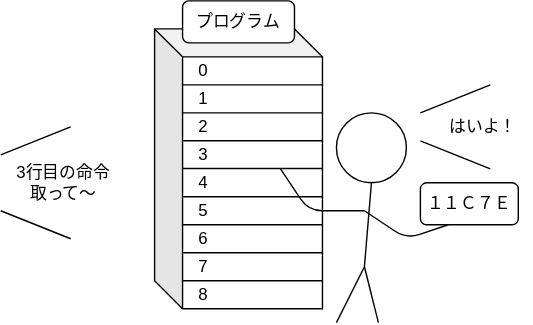
The draw.io diagram RelayComputer/img/program-memory.drawio.svg in Next-MICON/Next-MOCON.github.io, before a commit. Source tidied: cells renumbered, new cells last; positions are measured from the earlier drawing's top-left corner, leaving out a move shared by most shapes. Its diagram source:
```xml
<mxGraphModel>
  <root>
    <mxCell id="0" />
    <mxCell id="1" parent="0" />
    <mxCell id="2" style="shape=cube;whiteSpace=wrap;html=1;boundedLbl=1;backgroundOutline=1;darkOpacity=0.05;darkOpacity2=0.1;" parent="1" vertex="1">
      <mxGeometry x="110" y="20" width="120" height="200" as="geometry" />
    </mxCell>
    <mxCell id="3" style="endArrow=none;html=1;" parent="1" edge="1">
      <mxGeometry relative="1" as="geometry">
        <mxPoint x="130" y="60" as="sourcePoint" />
        <mxPoint x="230" y="60" as="targetPoint" />
      </mxGeometry>
    </mxCell>
    <mxCell id="4" style="endArrow=none;html=1;" parent="1" edge="1">
      <mxGeometry relative="1" as="geometry">
        <mxPoint x="130" y="80" as="sourcePoint" />
        <mxPoint x="230" y="80" as="targetPoint" />
      </mxGeometry>
    </mxCell>
    <mxCell id="5" style="endArrow=none;html=1;" parent="1" edge="1">
      <mxGeometry relative="1" as="geometry">
        <mxPoint x="130" y="100" as="sourcePoint" />
        <mxPoint x="230" y="100" as="targetPoint" />
      </mxGeometry>
    </mxCell>
    <mxCell id="6" style="endArrow=none;html=1;" parent="1" edge="1">
      <mxGeometry relative="1" as="geometry">
        <mxPoint x="130" y="119.8" as="sourcePoint" />
        <mxPoint x="230" y="119.8" as="targetPoint" />
      </mxGeometry>
    </mxCell>
    <mxCell id="7" style="endArrow=none;html=1;" parent="1" edge="1">
      <mxGeometry relative="1" as="geometry">
        <mxPoint x="130" y="140" as="sourcePoint" />
        <mxPoint x="230" y="140" as="targetPoint" />
      </mxGeometry>
    </mxCell>
    <mxCell id="8" style="endArrow=none;html=1;" parent="1" edge="1">
      <mxGeometry relative="1" as="geometry">
        <mxPoint x="130" y="160" as="sourcePoint" />
        <mxPoint x="230" y="160" as="targetPoint" />
      </mxGeometry>
    </mxCell>
    <mxCell id="9" style="endArrow=none;html=1;" parent="1" edge="1">
      <mxGeometry relative="1" as="geometry">
        <mxPoint x="130" y="180" as="sourcePoint" />
        <mxPoint x="230" y="180" as="targetPoint" />
      </mxGeometry>
    </mxCell>
    <mxCell id="10" style="endArrow=none;html=1;" parent="1" edge="1">
      <mxGeometry relative="1" as="geometry">
        <mxPoint x="130" y="200" as="sourcePoint" />
        <mxPoint x="230" y="200" as="targetPoint" />
      </mxGeometry>
    </mxCell>
    <mxCell id="11" style="ellipse;whiteSpace=wrap;html=1;" parent="1" vertex="1">
      <mxGeometry x="240" y="80" width="50" height="50" as="geometry" />
    </mxCell>
    <mxCell id="12" style="endArrow=none;html=1;entryX=0.5;entryY=1;entryDx=0;entryDy=0;" parent="1" edge="1" target="11">
      <mxGeometry relative="1" as="geometry">
        <mxPoint x="260" y="190" as="sourcePoint" />
      </mxGeometry>
    </mxCell>
    <mxCell id="13" style="endArrow=none;html=1;" parent="1" edge="1">
      <mxGeometry relative="1" as="geometry">
        <mxPoint x="240" y="230" as="sourcePoint" />
        <mxPoint x="260" y="190" as="targetPoint" />
      </mxGeometry>
    </mxCell>
    <mxCell id="14" style="endArrow=none;html=1;" parent="1" edge="1">
      <mxGeometry relative="1" as="geometry">
        <mxPoint x="270" y="230" as="sourcePoint" />
        <mxPoint x="260" y="190" as="targetPoint" />
      </mxGeometry>
    </mxCell>
    <mxCell id="15" style="endArrow=none;html=1;rounded=1;" parent="1" edge="1">
      <mxGeometry relative="1" as="geometry">
        <mxPoint x="260" y="150" as="sourcePoint" />
        <mxPoint x="200" y="120" as="targetPoint" />
        <Array as="points">
          <mxPoint x="220" y="150" />
        </Array>
      </mxGeometry>
    </mxCell>
    <mxCell id="16" style="endArrow=none;html=1;" parent="1" edge="1">
      <mxGeometry relative="1" as="geometry">
        <mxPoint x="260" y="150" as="sourcePoint" />
        <mxPoint x="320" y="160" as="targetPoint" />
        <Array as="points">
          <mxPoint x="290" y="170" />
        </Array>
      </mxGeometry>
    </mxCell>
    <mxCell id="17" value="１１Ｃ７Ｅ" style="rounded=1;whiteSpace=wrap;html=1;" parent="1" vertex="1">
      <mxGeometry x="300" y="130" width="70" height="30" as="geometry" />
    </mxCell>
    <mxCell id="18" value="0" style="text;html=1;strokeColor=none;fillColor=none;align=center;verticalAlign=middle;whiteSpace=wrap;rounded=0;" parent="1" vertex="1">
      <mxGeometry x="130" y="40" width="30" height="20" as="geometry" />
    </mxCell>
    <mxCell id="19" value="1" style="text;html=1;strokeColor=none;fillColor=none;align=center;verticalAlign=middle;whiteSpace=wrap;rounded=0;" parent="1" vertex="1">
      <mxGeometry x="130" y="60" width="30" height="20" as="geometry" />
    </mxCell>
    <mxCell id="20" value="2" style="text;html=1;strokeColor=none;fillColor=none;align=center;verticalAlign=middle;whiteSpace=wrap;rounded=0;" parent="1" vertex="1">
      <mxGeometry x="130" y="80" width="30" height="20" as="geometry" />
    </mxCell>
    <mxCell id="21" value="3" style="text;html=1;strokeColor=none;fillColor=none;align=center;verticalAlign=middle;whiteSpace=wrap;rounded=0;" parent="1" vertex="1">
      <mxGeometry x="130" y="100" width="30" height="20" as="geometry" />
    </mxCell>
    <mxCell id="22" value="4" style="text;html=1;strokeColor=none;fillColor=none;align=center;verticalAlign=middle;whiteSpace=wrap;rounded=0;" parent="1" vertex="1">
      <mxGeometry x="130" y="120" width="30" height="20" as="geometry" />
    </mxCell>
    <mxCell id="23" value="5" style="text;html=1;strokeColor=none;fillColor=none;align=center;verticalAlign=middle;whiteSpace=wrap;rounded=0;" parent="1" vertex="1">
      <mxGeometry x="130" y="140" width="30" height="20" as="geometry" />
    </mxCell>
    <mxCell id="24" value="6" style="text;html=1;strokeColor=none;fillColor=none;align=center;verticalAlign=middle;whiteSpace=wrap;rounded=0;" parent="1" vertex="1">
      <mxGeometry x="130" y="160" width="30" height="20" as="geometry" />
    </mxCell>
    <mxCell id="25" value="7" style="text;html=1;strokeColor=none;fillColor=none;align=center;verticalAlign=middle;whiteSpace=wrap;rounded=0;" parent="1" vertex="1">
      <mxGeometry x="130" y="180" width="30" height="20" as="geometry" />
    </mxCell>
    <mxCell id="26" value="8" style="text;html=1;strokeColor=none;fillColor=none;align=center;verticalAlign=middle;whiteSpace=wrap;rounded=0;" parent="1" vertex="1">
      <mxGeometry x="130" y="200" width="30" height="20" as="geometry" />
    </mxCell>
    <mxCell id="27" value="プログラム" style="rounded=1;whiteSpace=wrap;html=1;" parent="1" vertex="1">
      <mxGeometry x="130" width="80" height="30" as="geometry" />
    </mxCell>
    <mxCell id="28" style="endArrow=none;html=1;" parent="1" edge="1">
      <mxGeometry relative="1" as="geometry">
        <mxPoint y="110" as="sourcePoint" />
        <mxPoint x="50" y="90" as="targetPoint" />
      </mxGeometry>
    </mxCell>
    <mxCell id="29" style="endArrow=none;html=1;" parent="1" edge="1">
      <mxGeometry relative="1" as="geometry">
        <mxPoint y="150" as="sourcePoint" />
        <mxPoint x="50" y="170" as="targetPoint" />
      </mxGeometry>
    </mxCell>
    <mxCell id="30" value="3行目の命令取って～" style="text;html=1;strokeColor=none;fillColor=none;align=center;verticalAlign=middle;whiteSpace=wrap;rounded=0;" parent="1" vertex="1">
      <mxGeometry x="10" y="120" width="70" height="20" as="geometry" />
    </mxCell>
    <mxCell id="31" style="endArrow=none;html=1;" parent="1" edge="1">
      <mxGeometry relative="1" as="geometry">
        <mxPoint x="300" y="80" as="sourcePoint" />
        <mxPoint x="350" y="60" as="targetPoint" />
      </mxGeometry>
    </mxCell>
    <mxCell id="32" style="endArrow=none;html=1;" parent="1" edge="1">
      <mxGeometry relative="1" as="geometry">
        <mxPoint x="300" y="100" as="sourcePoint" />
        <mxPoint x="350" y="120" as="targetPoint" />
      </mxGeometry>
    </mxCell>
    <mxCell id="33" value="はいよ！" style="text;html=1;strokeColor=none;fillColor=none;align=center;verticalAlign=middle;whiteSpace=wrap;rounded=0;" parent="1" vertex="1">
      <mxGeometry x="310" y="80" width="70" height="20" as="geometry" />
    </mxCell>
  </root>
</mxGraphModel>
```
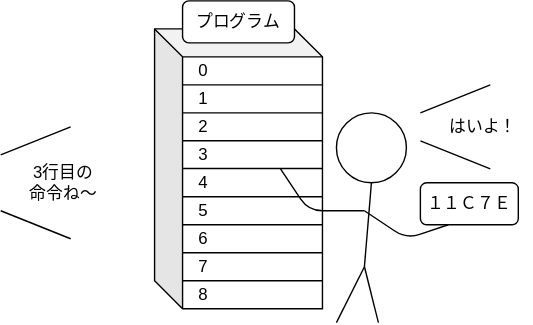
The same diagram one commit later.

Diff of the diagram source:
```diff
@@ -136,7 +136,7 @@
         <mxPoint x="50" y="170" as="targetPoint" />
       </mxGeometry>
     </mxCell>
-    <mxCell id="30" value="3行目の命令取って～" style="text;html=1;strokeColor=none;fillColor=none;align=center;verticalAlign=middle;whiteSpace=wrap;rounded=0;" parent="1" vertex="1">
+    <mxCell id="30" value="3行目の&lt;br&gt;命令ね～" style="text;html=1;strokeColor=none;fillColor=none;align=center;verticalAlign=middle;whiteSpace=wrap;rounded=0;" parent="1" vertex="1">
       <mxGeometry x="10" y="120" width="70" height="20" as="geometry" />
     </mxCell>
     <mxCell id="31" style="endArrow=none;html=1;" parent="1" edge="1">
```
